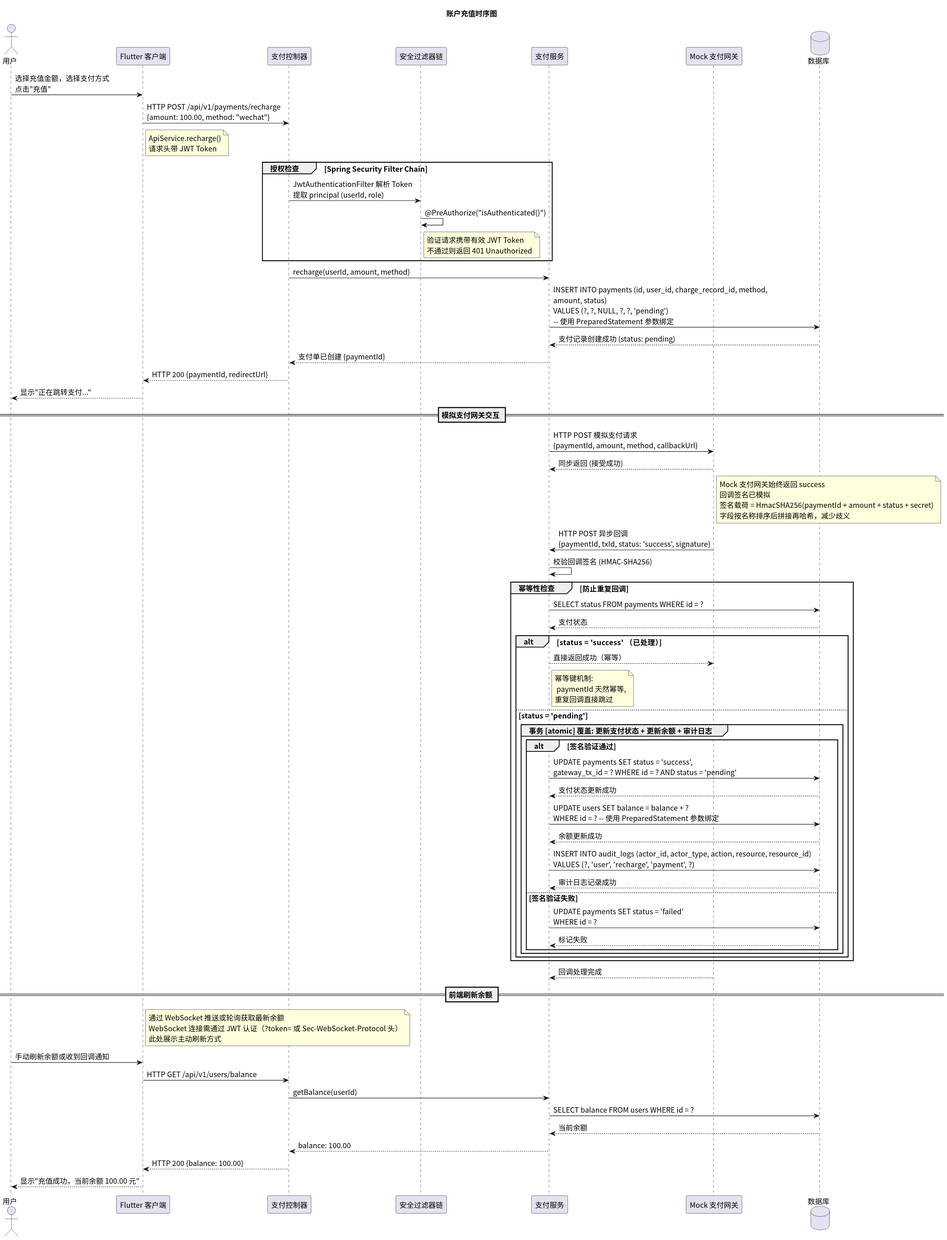
Above: time/img/sequence_recharge.svg in greenhandzdl/charging-station-doc (PlantUML), before the change.
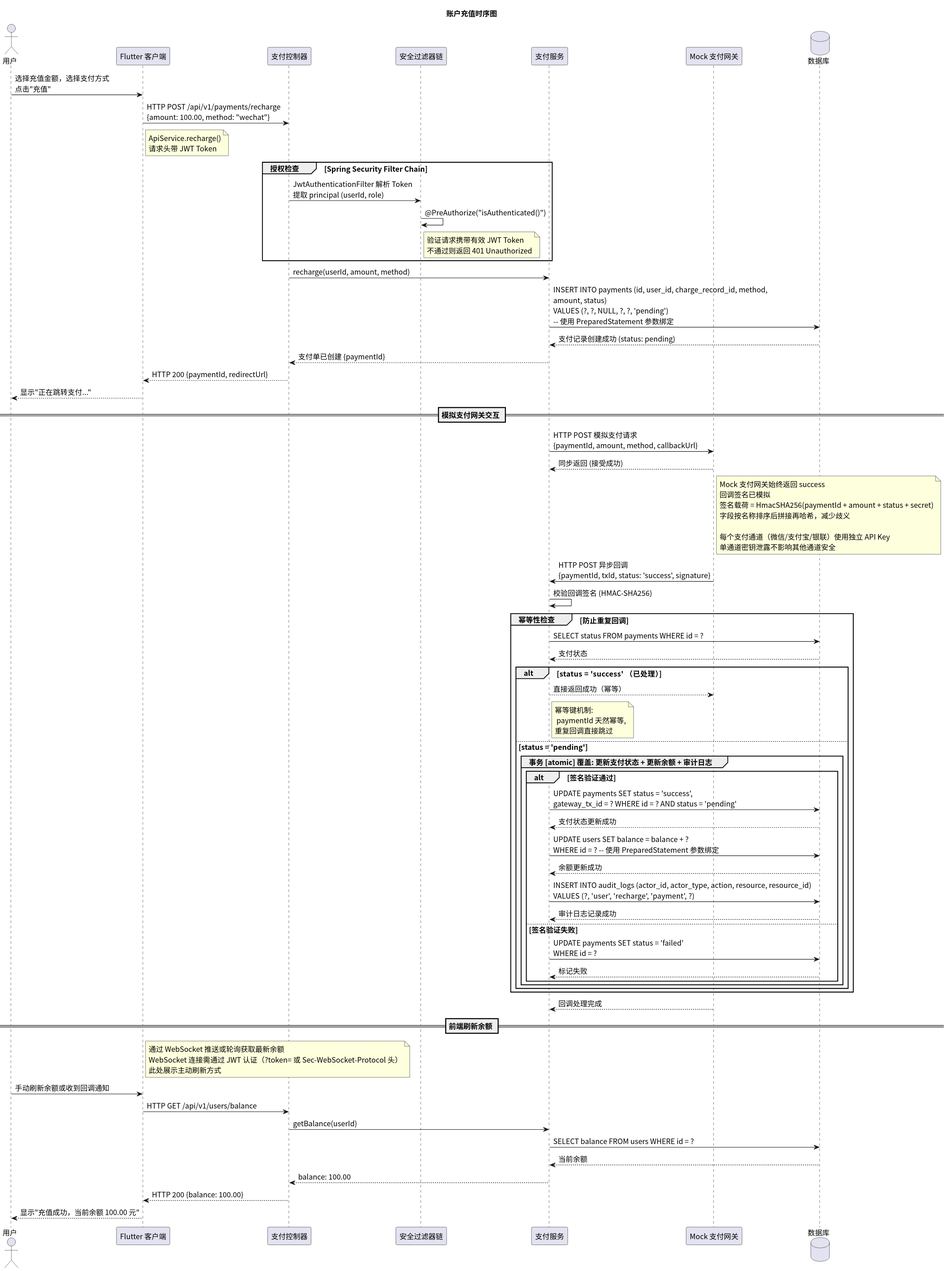
After the change.

The edit, as a diff of the source:
```diff
@@ -35,7 +35,7 @@
 PS -> Gateway: HTTP POST 模拟支付请求\n{paymentId, amount, method, callbackUrl}
 Gateway --> PS: 同步返回 (接受成功)
 
-note right Gateway : Mock 支付网关始终返回 success\n回调签名已模拟\n签名载荷 = HmacSHA256(paymentId + amount + status + secret)\n字段按名称排序后拼接再哈希，减少歧义
+note right Gateway : Mock 支付网关始终返回 success\n回调签名已模拟\n签名载荷 = HmacSHA256(paymentId + amount + status + secret)\n字段按名称排序后拼接再哈希，减少歧义\n\n每个支付通道（微信/支付宝/银联）使用独立 API Key\n单通道密钥泄露不影响其他通道安全
 
 Gateway -> PS: HTTP POST 异步回调\n{paymentId, txId, status: 'success', signature}
 
```
